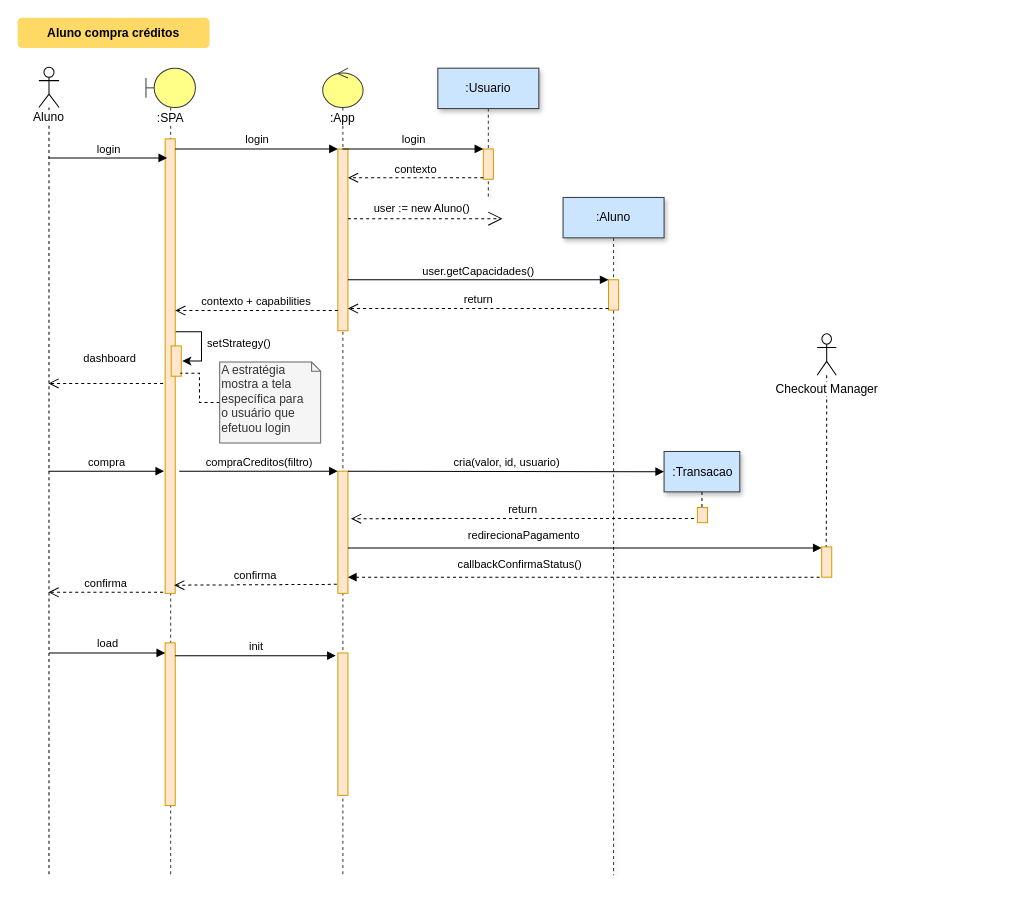
This is aluno_compra_creditos.drawio from Neandertals/personal, a draw.io file, before an edit. Source tidied: cells renumbered, new cells numbered last; positions are measured from the earlier drawing's top-left corner, leaving out a move shared by most shapes. Both pictures are drawn from the tidied source at 101%, with x=0, y=0 at pixel (17, 17).
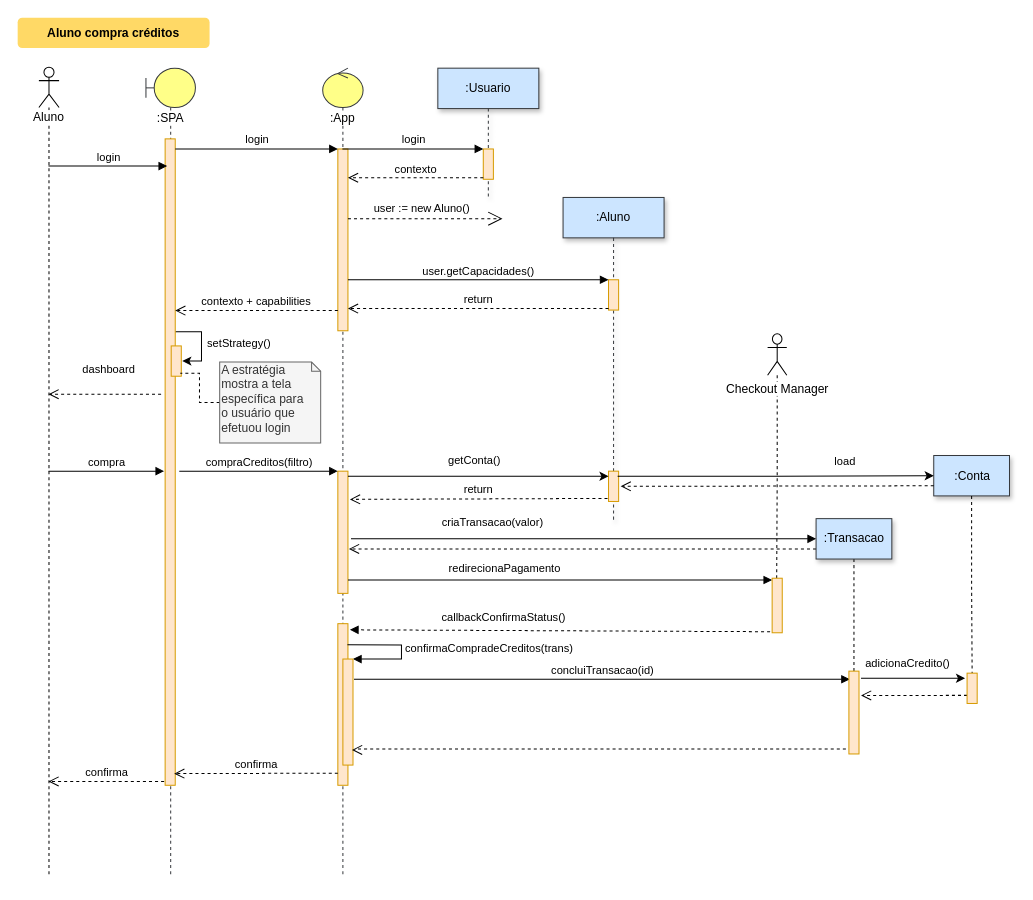
After the change.

The change refers to these unchanged cells:
```xml
<mxCell id="3" value=":SPA" style="shape=umlLifeline;participant=umlBoundary;perimeter=lifelinePerimeter;whiteSpace=wrap;html=1;verticalAlign=top;spacingTop=36;labelBackgroundColor=#ffffff;size=39;fillColor=#ffff88;strokeColor=#36393d;" parent="1" vertex="1">
  <mxGeometry x="127" y="50" width="49" height="799" as="geometry" />
</mxCell>
<mxCell id="8" value="Aluno" style="shape=umlLifeline;participant=umlActor;perimeter=lifelinePerimeter;whiteSpace=wrap;html=1;verticalAlign=top;spacingTop=36;labelBackgroundColor=#ffffff;outlineConnect=0;" parent="1" vertex="1">
  <mxGeometry x="21" y="49" width="20" height="800" as="geometry" />
</mxCell>
<mxCell id="11" value=":App" style="shape=umlLifeline;participant=umlControl;perimeter=lifelinePerimeter;whiteSpace=wrap;html=1;verticalAlign=top;spacingTop=36;labelBackgroundColor=#ffffff;outlineConnect=0;size=39;fillColor=#ffff88;strokeColor=#36393d;" parent="1" vertex="1">
  <mxGeometry x="302" y="50" width="40" height="799" as="geometry" />
</mxCell>
<mxCell id="13" style="html=1;points=[];perimeter=orthogonalPerimeter;fillColor=#ffe6cc;strokeColor=#d79b00;" parent="11" vertex="1">
  <mxGeometry x="15" y="399" width="10" height="121" as="geometry" />
</mxCell>
```

Diff of the diagram source:
```diff
@@
     <mxCell id="5" style="html=1;points=[];perimeter=orthogonalPerimeter;fillColor=#ffe6cc;strokeColor=#d79b00;" parent="3" vertex="1">
-      <mxGeometry x="19" y="70" width="10" height="450" as="geometry" />
+      <mxGeometry x="19" y="70" width="10" height="640" as="geometry" />
     </mxCell>
@@
-    <mxCell id="7" style="html=1;points=[];perimeter=orthogonalPerimeter;fillColor=#ffe6cc;strokeColor=#d79b00;" parent="3" vertex="1">
-      <mxGeometry x="19" y="569" width="10" height="161" as="geometry" />
-    </mxCell>
@@
-    <mxCell id="14" style="html=1;points=[];perimeter=orthogonalPerimeter;fillColor=#ffe6cc;strokeColor=#d79b00;" parent="11" vertex="1">
-      <mxGeometry x="15" y="579" width="10" height="141" as="geometry" />
-    </mxCell>
+    <mxCell id="44" style="html=1;points=[];perimeter=orthogonalPerimeter;fillColor=#ffe6cc;strokeColor=#d79b00;" parent="11" vertex="1">
+      <mxGeometry x="15" y="550" width="10" height="160" as="geometry" />
+    </mxCell>
+    <mxCell id="45" value="confirmaCompradeCreditos(trans)" style="edgeStyle=orthogonalEdgeStyle;html=1;align=left;spacingLeft=2;endArrow=block;rounded=0;entryX=1;entryY=0;exitX=0.95;exitY=0.131;exitDx=0;exitDy=0;exitPerimeter=0;" parent="11" edge="1" source="44" target="46">
+      <mxGeometry relative="1" as="geometry">
+        <Array as="points">
+          <mxPoint x="78" y="571" />
+          <mxPoint x="78" y="585" />
+        </Array>
+      </mxGeometry>
+    </mxCell>
+    <mxCell id="46" style="html=1;points=[];perimeter=orthogonalPerimeter;strokeColor=#d79b00;fillColor=#ffe6cc;" parent="11" vertex="1">
+      <mxGeometry x="20" y="585" width="10" height="105" as="geometry" />
+    </mxCell>
@@
-    <mxCell id="20" value="dashboard" style="html=1;verticalAlign=bottom;endArrow=open;dashed=1;endSize=8;exitX=-0.2;exitY=0.538;exitDx=0;exitDy=0;exitPerimeter=0;" parent="1" edge="1" source="5" target="8">
+    <mxCell id="20" value="dashboard" style="html=1;verticalAlign=bottom;endArrow=open;dashed=1;endSize=8;exitX=-0.4;exitY=0.395;exitDx=0;exitDy=0;exitPerimeter=0;" parent="1" edge="1" source="5" target="8">
       <mxGeometry x="-0.06" y="-16" relative="1" as="geometry" />
     </mxCell>
     <mxCell id="21" value=":Aluno" style="shape=umlLifeline;perimeter=lifelinePerimeter;whiteSpace=wrap;html=1;shadow=1;strokeColor=#36393d;fillColor=#cce5ff;" parent="1" vertex="1">
-      <mxGeometry x="540" y="178" width="100" height="671" as="geometry" />
+      <mxGeometry x="540" y="178" width="100" height="321" as="geometry" />
     </mxCell>
@@
+    <mxCell id="47" style="html=1;points=[];perimeter=orthogonalPerimeter;fillColor=#ffe6cc;strokeColor=#d79b00;" parent="21" vertex="1">
+      <mxGeometry x="45" y="271" width="10" height="30" as="geometry" />
+    </mxCell>
@@
-    <mxCell id="31" value="confirma" style="html=1;verticalAlign=bottom;endArrow=open;dashed=1;endSize=8;" parent="1" edge="1" target="8">
-      <mxGeometry relative="1" as="geometry">
-        <mxPoint x="144" y="569" as="sourcePoint" />
-      </mxGeometry>
+    <mxCell id="31" value="confirma" style="html=1;verticalAlign=bottom;endArrow=open;dashed=1;endSize=8;exitX=-0.1;exitY=0.994;exitDx=0;exitDy=0;exitPerimeter=0;" parent="1" edge="1" source="5" target="8">
+      <mxGeometry relative="1" as="geometry" />
     </mxCell>
@@
     <mxCell id="33" value="Checkout Manager" style="shape=umlActor;verticalLabelPosition=bottom;labelBackgroundColor=#ffffff;verticalAlign=top;html=1;outlineConnect=0;" parent="1" vertex="1">
-      <mxGeometry x="791.5" y="313" width="19" height="41" as="geometry" />
+      <mxGeometry x="742.5" y="313" width="19" height="41" as="geometry" />
     </mxCell>
-    <mxCell id="34" style="edgeStyle=orthogonalEdgeStyle;rounded=0;jettySize=auto;html=1;endArrow=none;endFill=0;dashed=1;" parent="1" edge="1" source="35" target="39">
-      <mxGeometry relative="1" as="geometry" />
-    </mxCell>
+    <mxCell id="48" style="edgeStyle=orthogonalEdgeStyle;rounded=1;jettySize=auto;html=1;exitX=0;exitY=0.75;exitDx=0;exitDy=0;entryX=1.1;entryY=0.636;entryDx=0;entryDy=0;entryPerimeter=0;dashed=1;verticalAlign=bottom;endArrow=open;endSize=8;" parent="1" edge="1" source="35" target="13">
+      <mxGeometry relative="1" as="geometry" />
+    </mxCell>
+    <mxCell id="49" style="edgeStyle=orthogonalEdgeStyle;rounded=0;jettySize=auto;html=1;entryX=0.5;entryY=0;entryDx=0;entryDy=0;entryPerimeter=0;dashed=1;endFill=0;endArrow=none;" parent="1" edge="1" source="35" target="60">
+      <mxGeometry relative="1" as="geometry" />
+    </mxCell>
     <mxCell id="35" value=":Transacao" style="html=1;comic=0;gradientColor=none;shadow=1;strokeColor=#36393d;fillColor=#cce5ff;" parent="1" vertex="1">
-      <mxGeometry x="640" y="429.5" width="75" height="40" as="geometry" />
+      <mxGeometry x="790.5" y="496" width="75" height="40" as="geometry" />
     </mxCell>
     <mxCell id="36" style="html=1;points=[];perimeter=orthogonalPerimeter;strokeColor=#d79b00;fillColor=#ffe6cc;" parent="1" vertex="1">
-      <mxGeometry x="796" y="524" width="10" height="30" as="geometry" />
+      <mxGeometry x="747" y="555" width="10" height="54" as="geometry" />
     </mxCell>
-    <mxCell id="37" value="callbackConfirmaStatus()" style="html=1;verticalAlign=bottom;endArrow=block;dashed=1;exitX=-0.2;exitY=1;exitDx=0;exitDy=0;exitPerimeter=0;" parent="1" edge="1" source="36">
-      <mxGeometry x="0.27" y="-4" relative="1" as="geometry">
-        <mxPoint x="327" y="554" as="targetPoint" />
-      </mxGeometry>
+    <mxCell id="37" value="callbackConfirmaStatus()" style="html=1;verticalAlign=bottom;endArrow=block;dashed=1;entryX=1.2;entryY=0.038;entryDx=0;entryDy=0;entryPerimeter=0;exitX=-0.2;exitY=0.981;exitDx=0;exitDy=0;exitPerimeter=0;" parent="1" edge="1" source="36" target="44">
+      <mxGeometry x="0.27" y="-4" relative="1" as="geometry" />
     </mxCell>
-    <mxCell id="38" value="cria(valor, id, usuario)" style="html=1;verticalAlign=bottom;endArrow=block;exitX=1;exitY=0;exitDx=0;exitDy=0;exitPerimeter=0;entryX=0;entryY=0.5;entryDx=0;entryDy=0;" parent="1" edge="1" source="13" target="35">
-      <mxGeometry relative="1" as="geometry" />
-    </mxCell>
-    <mxCell id="39" style="html=1;points=[];perimeter=orthogonalPerimeter;strokeColor=#d79b00;fillColor=#ffe6cc;" parent="1" vertex="1">
-      <mxGeometry x="673" y="485" width="10" height="15" as="geometry" />
-    </mxCell>
+    <mxCell id="41" value="confirma" style="html=1;verticalAlign=bottom;endArrow=open;dashed=1;endSize=8;entryX=0.9;entryY=0.982;entryDx=0;entryDy=0;entryPerimeter=0;exitX=0;exitY=0.925;exitDx=0;exitDy=0;exitPerimeter=0;" parent="1" edge="1" source="44" target="5">
+      <mxGeometry relative="1" as="geometry" />
+    </mxCell>
+    <mxCell id="50" value=":Conta" style="html=1;comic=0;gradientColor=none;shadow=1;strokeColor=#36393d;fillColor=#cce5ff;" parent="1" vertex="1">
+      <mxGeometry x="907" y="433.5" width="75" height="40" as="geometry" />
+    </mxCell>
+    <mxCell id="51" style="edgeStyle=orthogonalEdgeStyle;rounded=0;jettySize=auto;html=1;exitX=0.5;exitY=1;exitDx=0;exitDy=0;dashed=1;endFill=0;endArrow=none;" parent="1" edge="1" source="50" target="54">
+      <mxGeometry relative="1" as="geometry" />
+    </mxCell>
+    <mxCell id="52" value="concluiTransacao(id)" style="html=1;verticalAlign=bottom;endArrow=block;entryX=0.1;entryY=0.098;entryDx=0;entryDy=0;entryPerimeter=0;" parent="1" edge="1" target="60">
+      <mxGeometry relative="1" as="geometry">
+        <mxPoint x="333" y="655" as="sourcePoint" />
+      </mxGeometry>
+    </mxCell>
+    <mxCell id="53" style="edgeStyle=orthogonalEdgeStyle;rounded=1;jettySize=auto;html=1;exitX=0;exitY=0.733;exitDx=0;exitDy=0;exitPerimeter=0;dashed=1;verticalAlign=bottom;endArrow=open;endSize=8;" parent="1" edge="1" source="54">
+      <mxGeometry relative="1" as="geometry">
+        <mxPoint x="835" y="671" as="targetPoint" />
+      </mxGeometry>
+    </mxCell>
+    <mxCell id="54" style="html=1;points=[];perimeter=orthogonalPerimeter;strokeColor=#d79b00;fillColor=#ffe6cc;" parent="1" vertex="1">
+      <mxGeometry x="940" y="649" width="10" height="30" as="geometry" />
+    </mxCell>
+    <mxCell id="55" value="getConta()" style="edgeStyle=orthogonalEdgeStyle;rounded=0;jettySize=auto;html=1;entryX=0;entryY=0.167;entryDx=0;entryDy=0;entryPerimeter=0;" parent="1" edge="1" source="13" target="47">
+      <mxGeometry x="-0.03" y="16" relative="1" as="geometry">
+        <Array as="points">
+          <mxPoint x="360" y="454" />
+          <mxPoint x="360" y="454" />
+        </Array>
+      </mxGeometry>
+    </mxCell>
+    <mxCell id="42" value="load" style="edgeStyle=orthogonalEdgeStyle;rounded=0;jettySize=auto;html=1;entryX=0;entryY=0.5;entryDx=0;entryDy=0;exitX=0.9;exitY=0.167;exitDx=0;exitDy=0;exitPerimeter=0;" parent="1" edge="1" source="47" target="50">
+      <mxGeometry x="0.44" y="15" relative="1" as="geometry" />
+    </mxCell>
-    <mxCell id="40" value="return" style="html=1;verticalAlign=bottom;endArrow=open;dashed=1;endSize=8;exitX=-0.35;exitY=0.729;exitDx=0;exitDy=0;exitPerimeter=0;" parent="1" edge="1" source="39">
-      <mxGeometry relative="1" as="geometry">
-        <mxPoint x="330" y="496" as="targetPoint" />
-      </mxGeometry>
+    <mxCell id="40" value="return" style="html=1;verticalAlign=bottom;endArrow=open;dashed=1;endSize=8;exitX=-0.1;exitY=0.9;exitDx=0;exitDy=0;exitPerimeter=0;entryX=1.2;entryY=0.231;entryDx=0;entryDy=0;entryPerimeter=0;" parent="1" edge="1" source="47" target="13">
+      <mxGeometry relative="1" as="geometry" />
     </mxCell>
-    <mxCell id="41" value="confirma" style="html=1;verticalAlign=bottom;endArrow=open;dashed=1;endSize=8;exitX=-0.1;exitY=0.926;exitDx=0;exitDy=0;exitPerimeter=0;entryX=0.9;entryY=0.982;entryDx=0;entryDy=0;entryPerimeter=0;" parent="1" edge="1" source="13" target="5">
-      <mxGeometry relative="1" as="geometry" />
-    </mxCell>
-    <mxCell id="42" value="load" style="html=1;verticalAlign=bottom;endArrow=block;" parent="1" edge="1">
-      <mxGeometry relative="1" as="geometry">
-        <mxPoint x="31" y="629" as="sourcePoint" />
-        <mxPoint x="146" y="629" as="targetPoint" />
-      </mxGeometry>
-    </mxCell>
-    <mxCell id="43" value="init" style="html=1;verticalAlign=bottom;endArrow=block;entryX=-0.2;entryY=0.019;entryDx=0;entryDy=0;entryPerimeter=0;" parent="1" edge="1" source="7" target="14">
-      <mxGeometry relative="1" as="geometry" />
-    </mxCell>
+    <mxCell id="56" style="html=1;verticalAlign=bottom;endArrow=open;dashed=1;endSize=8;exitX=0;exitY=0.75;exitDx=0;exitDy=0;entryX=1.2;entryY=0.5;entryDx=0;entryDy=0;entryPerimeter=0;" parent="1" edge="1" source="50" target="47">
+      <mxGeometry relative="1" as="geometry" />
+    </mxCell>
+    <mxCell id="57" value="criaTransacao(valor)" style="html=1;verticalAlign=bottom;endArrow=block;entryX=0;entryY=0.5;entryDx=0;entryDy=0;" parent="1" edge="1" target="35">
+      <mxGeometry x="-0.39" y="7" relative="1" as="geometry">
+        <mxPoint x="330" y="516" as="sourcePoint" />
+      </mxGeometry>
+    </mxCell>
+    <mxCell id="58" style="edgeStyle=orthogonalEdgeStyle;rounded=1;jettySize=auto;html=1;entryX=0.9;entryY=0.857;entryDx=0;entryDy=0;entryPerimeter=0;exitX=-0.3;exitY=0.939;exitDx=0;exitDy=0;exitPerimeter=0;dashed=1;verticalAlign=bottom;endArrow=open;endSize=8;" parent="1" edge="1" source="60" target="46">
+      <mxGeometry relative="1" as="geometry">
+        <Array as="points">
+          <mxPoint x="334" y="724" />
+          <mxPoint x="334" y="725" />
+        </Array>
+      </mxGeometry>
+    </mxCell>
+    <mxCell id="59" value="adicionaCredito()" style="edgeStyle=orthogonalEdgeStyle;rounded=0;jettySize=auto;html=1;entryX=-0.2;entryY=0.167;entryDx=0;entryDy=0;entryPerimeter=0;" parent="1" edge="1" target="54">
+      <mxGeometry x="-0.1" y="15" relative="1" as="geometry">
+        <mxPoint x="835" y="654" as="sourcePoint" />
+        <Array as="points">
+          <mxPoint x="870" y="654" />
+          <mxPoint x="870" y="654" />
+        </Array>
+      </mxGeometry>
+    </mxCell>
+    <mxCell id="60" style="html=1;points=[];perimeter=orthogonalPerimeter;strokeColor=#d79b00;fillColor=#ffe6cc;" parent="1" vertex="1">
+      <mxGeometry x="823" y="647" width="10" height="82" as="geometry" />
+    </mxCell>
```
